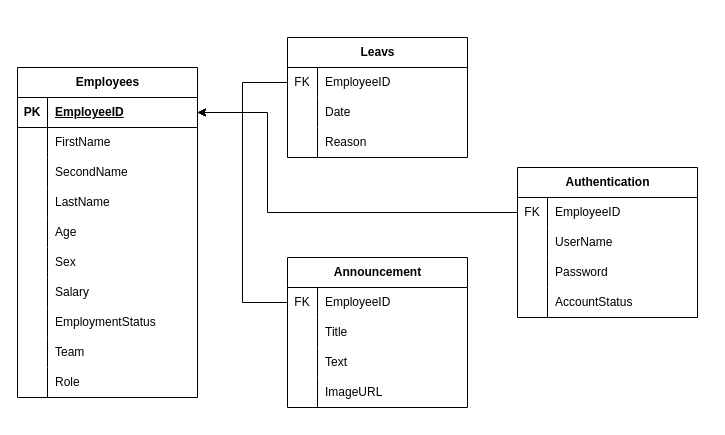
Ermiopia2034/MicroLink keeps this draw.io diagram as Untitled Diagram.drawio. Above is the earlier version. Source tidied: cells renumbered, new cells numbered last; positions are measured from the earlier drawing's top-left corner, leaving out a move shared by most shapes. Both pictures are drawn from the tidied source at 100%, with x=0, y=0 at pixel (17, 37).
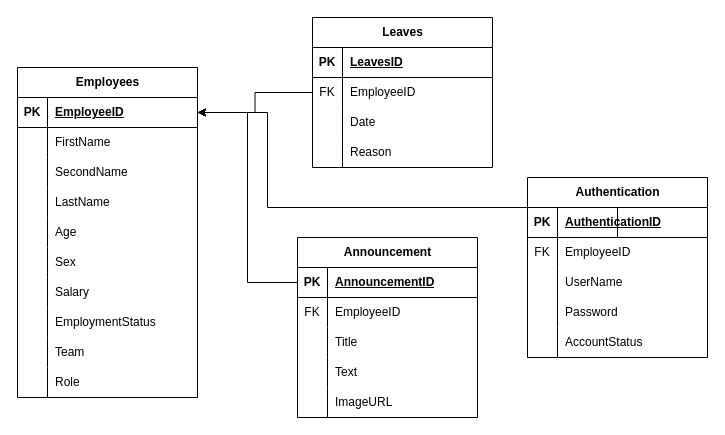
Above is the later version.

Unchanged cells that the change refers to:
```xml
<mxCell id="3" style="shape=tableRow;horizontal=0;startSize=0;swimlaneHead=0;swimlaneBody=0;fillColor=none;points=[[0,0.5],[1,0.5]];portConstraint=eastwest;top=0;left=0;right=0;bottom=1;" parent="2" vertex="1">
  <mxGeometry y="30" width="180" height="30" as="geometry" />
</mxCell>
```

The edit, as a diff of the source:
```diff
@@
-    <mxCell id="33" value="Leavs" style="shape=table;startSize=30;childLayout=tableLayout;rowLines=0;fontStyle=1;align=center;html=1;" parent="1" vertex="1">
-      <mxGeometry x="270" width="180" height="120" as="geometry" />
-    </mxCell>
-    <mxCell id="34" style="shape=tableRow;horizontal=0;startSize=0;swimlaneHead=0;swimlaneBody=0;fillColor=none;points=[[0,0.5],[1,0.5]];portConstraint=eastwest;top=0;left=0;right=0;bottom=0;" parent="33" vertex="1">
-      <mxGeometry y="30" width="180" height="30" as="geometry" />
-    </mxCell>
-    <mxCell id="35" value="FK" style="shape=partialRectangle;fillColor=none;top=0;left=0;bottom=0;right=0;overflow=hidden;whiteSpace=wrap;html=1;" parent="34" vertex="1">
-      <mxGeometry width="30" height="30" as="geometry" />
-    </mxCell>
-    <mxCell id="36" value="EmployeeID" style="shape=partialRectangle;fillColor=none;top=0;left=0;bottom=0;right=0;align=left;spacingLeft=6;overflow=hidden;whiteSpace=wrap;html=1;" parent="34" vertex="1">
-      <mxGeometry x="30" width="150" height="30" as="geometry" />
-    </mxCell>
-    <mxCell id="37" style="shape=tableRow;horizontal=0;startSize=0;swimlaneHead=0;swimlaneBody=0;fillColor=none;top=0;left=0;right=0;bottom=0;" parent="33" vertex="1">
-      <mxGeometry y="60" width="180" height="30" as="geometry" />
-    </mxCell>
-    <mxCell id="38" style="shape=partialRectangle;fillColor=none;top=0;left=0;bottom=0;right=0;overflow=hidden;whiteSpace=wrap;html=1;" parent="37" vertex="1">
-      <mxGeometry width="30" height="30" as="geometry" />
-    </mxCell>
+    <mxCell id="72" value="Leaves" style="shape=table;startSize=30;childLayout=tableLayout;rowLines=0;fontStyle=1;align=center;html=1;" parent="1" vertex="1">
+      <mxGeometry x="295" y="-20" width="180" height="150" as="geometry" />
+    </mxCell>
+    <mxCell id="73" style="shape=tableRow;horizontal=0;startSize=0;swimlaneHead=0;swimlaneBody=0;fillColor=none;top=0;left=0;right=0;bottom=1;" parent="72" vertex="1">
+      <mxGeometry y="30" width="180" height="30" as="geometry" />
+    </mxCell>
+    <mxCell id="74" value="PK" style="shape=partialRectangle;fillColor=none;top=0;left=0;bottom=0;right=0;fontStyle=1;overflow=hidden;whiteSpace=wrap;html=1;" parent="73" vertex="1">
+      <mxGeometry width="30" height="30" as="geometry" />
+    </mxCell>
+    <mxCell id="75" value="LeavesID" style="shape=partialRectangle;fillColor=none;top=0;left=0;bottom=0;right=0;align=left;spacingLeft=6;fontStyle=5;overflow=hidden;whiteSpace=wrap;html=1;" parent="73" vertex="1">
+      <mxGeometry x="30" width="150" height="30" as="geometry" />
+    </mxCell>
+    <mxCell id="76" style="shape=tableRow;horizontal=0;startSize=0;swimlaneHead=0;swimlaneBody=0;fillColor=none;points=[[0,0.5],[1,0.5]];portConstraint=eastwest;top=0;left=0;right=0;bottom=0;" parent="72" vertex="1">
+      <mxGeometry y="60" width="180" height="30" as="geometry" />
+    </mxCell>
+    <mxCell id="77" value="FK" style="shape=partialRectangle;fillColor=none;top=0;left=0;bottom=0;right=0;overflow=hidden;whiteSpace=wrap;html=1;" parent="76" vertex="1">
+      <mxGeometry width="30" height="30" as="geometry" />
+    </mxCell>
+    <mxCell id="78" value="EmployeeID" style="shape=partialRectangle;fillColor=none;top=0;left=0;bottom=0;right=0;align=left;spacingLeft=6;overflow=hidden;whiteSpace=wrap;html=1;" parent="76" vertex="1">
+      <mxGeometry x="30" width="150" height="30" as="geometry" />
+    </mxCell>
+    <mxCell id="79" style="shape=tableRow;horizontal=0;startSize=0;swimlaneHead=0;swimlaneBody=0;fillColor=none;top=0;left=0;right=0;bottom=0;" parent="72" vertex="1">
+      <mxGeometry y="90" width="180" height="30" as="geometry" />
+    </mxCell>
+    <mxCell id="80" style="shape=partialRectangle;fillColor=none;top=0;left=0;bottom=0;right=0;overflow=hidden;whiteSpace=wrap;html=1;" parent="79" vertex="1">
+      <mxGeometry width="30" height="30" as="geometry" />
+    </mxCell>
-    <mxCell id="39" value="Date" style="shape=partialRectangle;fillColor=none;top=0;left=0;bottom=0;right=0;align=left;spacingLeft=6;overflow=hidden;whiteSpace=wrap;html=1;" parent="37" vertex="1">
+    <mxCell id="39" value="Date" style="shape=partialRectangle;fillColor=none;top=0;left=0;bottom=0;right=0;align=left;spacingLeft=6;overflow=hidden;whiteSpace=wrap;html=1;" parent="79" vertex="1">
       <mxGeometry x="30" width="150" height="30" as="geometry" />
     </mxCell>
-    <mxCell id="40" style="shape=tableRow;horizontal=0;startSize=0;swimlaneHead=0;swimlaneBody=0;fillColor=none;top=0;left=0;right=0;bottom=0;" parent="33" vertex="1">
-      <mxGeometry y="90" width="180" height="30" as="geometry" />
-    </mxCell>
-    <mxCell id="41" style="shape=partialRectangle;fillColor=none;top=0;left=0;bottom=0;right=0;overflow=hidden;whiteSpace=wrap;html=1;" parent="40" vertex="1">
-      <mxGeometry width="30" height="30" as="geometry" />
-    </mxCell>
+    <mxCell id="81" style="shape=tableRow;horizontal=0;startSize=0;swimlaneHead=0;swimlaneBody=0;fillColor=none;top=0;left=0;right=0;bottom=0;" parent="72" vertex="1">
+      <mxGeometry y="120" width="180" height="30" as="geometry" />
+    </mxCell>
+    <mxCell id="82" style="shape=partialRectangle;fillColor=none;top=0;left=0;bottom=0;right=0;overflow=hidden;whiteSpace=wrap;html=1;" parent="81" vertex="1">
+      <mxGeometry width="30" height="30" as="geometry" />
+    </mxCell>
-    <mxCell id="42" value="Reason" style="shape=partialRectangle;fillColor=none;top=0;left=0;bottom=0;right=0;align=left;spacingLeft=6;overflow=hidden;whiteSpace=wrap;html=1;" parent="40" vertex="1">
+    <mxCell id="42" value="Reason" style="shape=partialRectangle;fillColor=none;top=0;left=0;bottom=0;right=0;align=left;spacingLeft=6;overflow=hidden;whiteSpace=wrap;html=1;" parent="81" vertex="1">
       <mxGeometry x="30" width="150" height="30" as="geometry" />
     </mxCell>
+    <mxCell id="83" style="edgeStyle=orthogonalEdgeStyle;rounded=0;jettySize=auto;html=1;entryX=1;entryY=0.5;entryDx=0;entryDy=0;" parent="1" edge="1" source="76" target="3">
+      <mxGeometry relative="1" as="geometry" />
+    </mxCell>
     <mxCell id="43" value="Authentication" style="shape=table;startSize=30;childLayout=tableLayout;rowLines=0;fontStyle=1;align=center;html=1;" parent="1" vertex="1">
-      <mxGeometry x="500" y="130" width="180" height="150" as="geometry" />
+      <mxGeometry x="510" y="140" width="180" height="180" as="geometry" />
     </mxCell>
-    <mxCell id="44" style="shape=tableRow;horizontal=0;startSize=0;swimlaneHead=0;swimlaneBody=0;fillColor=none;points=[[0,0.5],[1,0.5]];portConstraint=eastwest;top=0;left=0;right=0;bottom=0;" parent="43" vertex="1">
-      <mxGeometry y="30" width="180" height="30" as="geometry" />
-    </mxCell>
-    <mxCell id="45" value="FK" style="shape=partialRectangle;fillColor=none;top=0;left=0;bottom=0;right=0;overflow=hidden;whiteSpace=wrap;html=1;" parent="44" vertex="1">
-      <mxGeometry width="30" height="30" as="geometry" />
-    </mxCell>
-    <mxCell id="46" value="EmployeeID" style="shape=partialRectangle;fillColor=none;top=0;left=0;bottom=0;right=0;align=left;spacingLeft=6;overflow=hidden;whiteSpace=wrap;html=1;" parent="44" vertex="1">
-      <mxGeometry x="30" width="150" height="30" as="geometry" />
-    </mxCell>
-    <mxCell id="47" style="shape=tableRow;horizontal=0;startSize=0;swimlaneHead=0;swimlaneBody=0;fillColor=none;top=0;left=0;right=0;bottom=0;" parent="43" vertex="1">
-      <mxGeometry y="60" width="180" height="30" as="geometry" />
-    </mxCell>
-    <mxCell id="48" style="shape=partialRectangle;fillColor=none;top=0;left=0;bottom=0;right=0;overflow=hidden;whiteSpace=wrap;html=1;" parent="47" vertex="1">
-      <mxGeometry width="30" height="30" as="geometry" />
-    </mxCell>
+    <mxCell id="84" style="shape=tableRow;horizontal=0;startSize=0;swimlaneHead=0;swimlaneBody=0;fillColor=none;top=0;left=0;right=0;bottom=1;" parent="43" vertex="1">
+      <mxGeometry y="30" width="180" height="30" as="geometry" />
+    </mxCell>
+    <mxCell id="85" value="PK" style="shape=partialRectangle;fillColor=none;top=0;left=0;bottom=0;right=0;fontStyle=1;overflow=hidden;whiteSpace=wrap;html=1;" parent="84" vertex="1">
+      <mxGeometry width="30" height="30" as="geometry" />
+    </mxCell>
+    <mxCell id="86" value="AuthenticationID" style="shape=partialRectangle;fillColor=none;top=0;left=0;bottom=0;right=0;align=left;spacingLeft=6;fontStyle=5;overflow=hidden;whiteSpace=wrap;html=1;" parent="84" vertex="1">
+      <mxGeometry x="30" width="150" height="30" as="geometry" />
+    </mxCell>
+    <mxCell id="87" style="shape=tableRow;horizontal=0;startSize=0;swimlaneHead=0;swimlaneBody=0;fillColor=none;points=[[0,0.5],[1,0.5]];portConstraint=eastwest;top=0;left=0;right=0;bottom=0;" parent="43" vertex="1">
+      <mxGeometry y="60" width="180" height="30" as="geometry" />
+    </mxCell>
+    <mxCell id="88" value="FK" style="shape=partialRectangle;fillColor=none;top=0;left=0;bottom=0;right=0;overflow=hidden;whiteSpace=wrap;html=1;" parent="87" vertex="1">
+      <mxGeometry width="30" height="30" as="geometry" />
+    </mxCell>
+    <mxCell id="89" value="EmployeeID" style="shape=partialRectangle;fillColor=none;top=0;left=0;bottom=0;right=0;align=left;spacingLeft=6;overflow=hidden;whiteSpace=wrap;html=1;" parent="87" vertex="1">
+      <mxGeometry x="30" width="150" height="30" as="geometry" />
+    </mxCell>
+    <mxCell id="90" style="shape=tableRow;horizontal=0;startSize=0;swimlaneHead=0;swimlaneBody=0;fillColor=none;top=0;left=0;right=0;bottom=0;" parent="43" vertex="1">
+      <mxGeometry y="90" width="180" height="30" as="geometry" />
+    </mxCell>
+    <mxCell id="91" style="shape=partialRectangle;fillColor=none;top=0;left=0;bottom=0;right=0;overflow=hidden;whiteSpace=wrap;html=1;" parent="90" vertex="1">
+      <mxGeometry width="30" height="30" as="geometry" />
+    </mxCell>
-    <mxCell id="49" value="UserName" style="shape=partialRectangle;fillColor=none;top=0;left=0;bottom=0;right=0;align=left;spacingLeft=6;overflow=hidden;whiteSpace=wrap;html=1;" parent="47" vertex="1">
+    <mxCell id="49" value="UserName" style="shape=partialRectangle;fillColor=none;top=0;left=0;bottom=0;right=0;align=left;spacingLeft=6;overflow=hidden;whiteSpace=wrap;html=1;" parent="90" vertex="1">
       <mxGeometry x="30" width="150" height="30" as="geometry" />
     </mxCell>
-    <mxCell id="50" style="shape=tableRow;horizontal=0;startSize=0;swimlaneHead=0;swimlaneBody=0;fillColor=none;top=0;left=0;right=0;bottom=0;" parent="43" vertex="1">
-      <mxGeometry y="90" width="180" height="30" as="geometry" />
-    </mxCell>
-    <mxCell id="51" style="shape=partialRectangle;fillColor=none;top=0;left=0;bottom=0;right=0;overflow=hidden;whiteSpace=wrap;html=1;" parent="50" vertex="1">
-      <mxGeometry width="30" height="30" as="geometry" />
-    </mxCell>
+    <mxCell id="92" style="shape=tableRow;horizontal=0;startSize=0;swimlaneHead=0;swimlaneBody=0;fillColor=none;top=0;left=0;right=0;bottom=0;" parent="43" vertex="1">
+      <mxGeometry y="120" width="180" height="30" as="geometry" />
+    </mxCell>
+    <mxCell id="93" style="shape=partialRectangle;fillColor=none;top=0;left=0;bottom=0;right=0;overflow=hidden;whiteSpace=wrap;html=1;" parent="92" vertex="1">
+      <mxGeometry width="30" height="30" as="geometry" />
+    </mxCell>
-    <mxCell id="52" value="Password" style="shape=partialRectangle;fillColor=none;top=0;left=0;bottom=0;right=0;align=left;spacingLeft=6;overflow=hidden;whiteSpace=wrap;html=1;" parent="50" vertex="1">
+    <mxCell id="52" value="Password" style="shape=partialRectangle;fillColor=none;top=0;left=0;bottom=0;right=0;align=left;spacingLeft=6;overflow=hidden;whiteSpace=wrap;html=1;" parent="92" vertex="1">
       <mxGeometry x="30" width="150" height="30" as="geometry" />
     </mxCell>
-    <mxCell id="53" style="shape=tableRow;horizontal=0;startSize=0;swimlaneHead=0;swimlaneBody=0;fillColor=none;top=0;left=0;right=0;bottom=0;" parent="43" vertex="1">
-      <mxGeometry y="120" width="180" height="30" as="geometry" />
-    </mxCell>
-    <mxCell id="54" style="shape=partialRectangle;fillColor=none;top=0;left=0;bottom=0;right=0;overflow=hidden;whiteSpace=wrap;html=1;" parent="53" vertex="1">
-      <mxGeometry width="30" height="30" as="geometry" />
-    </mxCell>
+    <mxCell id="94" style="shape=tableRow;horizontal=0;startSize=0;swimlaneHead=0;swimlaneBody=0;fillColor=none;top=0;left=0;right=0;bottom=0;" parent="43" vertex="1">
+      <mxGeometry y="150" width="180" height="30" as="geometry" />
+    </mxCell>
+    <mxCell id="95" style="shape=partialRectangle;fillColor=none;top=0;left=0;bottom=0;right=0;overflow=hidden;whiteSpace=wrap;html=1;" parent="94" vertex="1">
+      <mxGeometry width="30" height="30" as="geometry" />
+    </mxCell>
-    <mxCell id="55" value="AccountStatus" style="shape=partialRectangle;fillColor=none;top=0;left=0;bottom=0;right=0;align=left;spacingLeft=6;overflow=hidden;whiteSpace=wrap;html=1;" parent="53" vertex="1">
+    <mxCell id="55" value="AccountStatus" style="shape=partialRectangle;fillColor=none;top=0;left=0;bottom=0;right=0;align=left;spacingLeft=6;overflow=hidden;whiteSpace=wrap;html=1;" parent="94" vertex="1">
       <mxGeometry x="30" width="150" height="30" as="geometry" />
     </mxCell>
+    <mxCell id="96" style="edgeStyle=orthogonalEdgeStyle;rounded=0;jettySize=auto;html=1;entryX=1;entryY=0.5;entryDx=0;entryDy=0;" parent="1" edge="1" source="87" target="3">
+      <mxGeometry relative="1" as="geometry">
+        <Array as="points">
+          <mxPoint x="600" y="170" />
+          <mxPoint x="250" y="170" />
+          <mxPoint x="250" y="75" />
+        </Array>
+      </mxGeometry>
+    </mxCell>
     <mxCell id="56" value="Announcement" style="shape=table;startSize=30;childLayout=tableLayout;rowLines=0;fontStyle=1;align=center;html=1;" parent="1" vertex="1">
-      <mxGeometry x="270" y="220" width="180" height="150" as="geometry" />
+      <mxGeometry x="280" y="200" width="180" height="180" as="geometry" />
     </mxCell>
-    <mxCell id="57" style="shape=tableRow;horizontal=0;startSize=0;swimlaneHead=0;swimlaneBody=0;fillColor=none;points=[[0,0.5],[1,0.5]];portConstraint=eastwest;top=0;left=0;right=0;bottom=0;" parent="56" vertex="1">
-      <mxGeometry y="30" width="180" height="30" as="geometry" />
-    </mxCell>
-    <mxCell id="58" value="FK" style="shape=partialRectangle;fillColor=none;top=0;left=0;bottom=0;right=0;overflow=hidden;whiteSpace=wrap;html=1;" parent="57" vertex="1">
-      <mxGeometry width="30" height="30" as="geometry" />
-    </mxCell>
-    <mxCell id="59" value="EmployeeID" style="shape=partialRectangle;fillColor=none;top=0;left=0;bottom=0;right=0;align=left;spacingLeft=6;overflow=hidden;whiteSpace=wrap;html=1;" parent="57" vertex="1">
-      <mxGeometry x="30" width="150" height="30" as="geometry" />
-    </mxCell>
-    <mxCell id="60" style="shape=tableRow;horizontal=0;startSize=0;swimlaneHead=0;swimlaneBody=0;fillColor=none;top=0;left=0;right=0;bottom=0;" parent="56" vertex="1">
-      <mxGeometry y="60" width="180" height="30" as="geometry" />
-    </mxCell>
-    <mxCell id="61" style="shape=partialRectangle;fillColor=none;top=0;left=0;bottom=0;right=0;overflow=hidden;whiteSpace=wrap;html=1;" parent="60" vertex="1">
-      <mxGeometry width="30" height="30" as="geometry" />
-    </mxCell>
+    <mxCell id="97" style="shape=tableRow;horizontal=0;startSize=0;swimlaneHead=0;swimlaneBody=0;fillColor=none;points=[[0,0.5],[1,0.5]];portConstraint=eastwest;top=0;left=0;right=0;bottom=1;" parent="56" vertex="1">
+      <mxGeometry y="30" width="180" height="30" as="geometry" />
+    </mxCell>
+    <mxCell id="98" value="PK" style="shape=partialRectangle;fillColor=none;top=0;left=0;bottom=0;right=0;fontStyle=1;overflow=hidden;whiteSpace=wrap;html=1;" parent="97" vertex="1">
+      <mxGeometry width="30" height="30" as="geometry" />
+    </mxCell>
+    <mxCell id="99" value="AnnouncementID" style="shape=partialRectangle;fillColor=none;top=0;left=0;bottom=0;right=0;align=left;spacingLeft=6;fontStyle=5;overflow=hidden;whiteSpace=wrap;html=1;" parent="97" vertex="1">
+      <mxGeometry x="30" width="150" height="30" as="geometry" />
+    </mxCell>
+    <mxCell id="100" style="shape=tableRow;horizontal=0;startSize=0;swimlaneHead=0;swimlaneBody=0;fillColor=none;top=0;left=0;right=0;bottom=0;" parent="56" vertex="1">
+      <mxGeometry y="60" width="180" height="30" as="geometry" />
+    </mxCell>
+    <mxCell id="101" value="FK" style="shape=partialRectangle;fillColor=none;top=0;left=0;bottom=0;right=0;overflow=hidden;whiteSpace=wrap;html=1;" parent="100" vertex="1">
+      <mxGeometry width="30" height="30" as="geometry" />
+    </mxCell>
+    <mxCell id="102" value="EmployeeID" style="shape=partialRectangle;fillColor=none;top=0;left=0;bottom=0;right=0;align=left;spacingLeft=6;overflow=hidden;whiteSpace=wrap;html=1;" parent="100" vertex="1">
+      <mxGeometry x="30" width="150" height="30" as="geometry" />
+    </mxCell>
+    <mxCell id="103" style="shape=tableRow;horizontal=0;startSize=0;swimlaneHead=0;swimlaneBody=0;fillColor=none;top=0;left=0;right=0;bottom=0;" parent="56" vertex="1">
+      <mxGeometry y="90" width="180" height="30" as="geometry" />
+    </mxCell>
+    <mxCell id="104" style="shape=partialRectangle;fillColor=none;top=0;left=0;bottom=0;right=0;overflow=hidden;whiteSpace=wrap;html=1;" parent="103" vertex="1">
+      <mxGeometry width="30" height="30" as="geometry" />
+    </mxCell>
-    <mxCell id="62" value="Title" style="shape=partialRectangle;fillColor=none;top=0;left=0;bottom=0;right=0;align=left;spacingLeft=6;overflow=hidden;whiteSpace=wrap;html=1;" parent="60" vertex="1">
+    <mxCell id="62" value="Title" style="shape=partialRectangle;fillColor=none;top=0;left=0;bottom=0;right=0;align=left;spacingLeft=6;overflow=hidden;whiteSpace=wrap;html=1;" parent="103" vertex="1">
       <mxGeometry x="30" width="150" height="30" as="geometry" />
     </mxCell>
-    <mxCell id="63" style="shape=tableRow;horizontal=0;startSize=0;swimlaneHead=0;swimlaneBody=0;fillColor=none;top=0;left=0;right=0;bottom=0;" parent="56" vertex="1">
-      <mxGeometry y="90" width="180" height="30" as="geometry" />
-    </mxCell>
-    <mxCell id="64" style="shape=partialRectangle;fillColor=none;top=0;left=0;bottom=0;right=0;overflow=hidden;whiteSpace=wrap;html=1;" parent="63" vertex="1">
-      <mxGeometry width="30" height="30" as="geometry" />
-    </mxCell>
+    <mxCell id="105" style="shape=tableRow;horizontal=0;startSize=0;swimlaneHead=0;swimlaneBody=0;fillColor=none;top=0;left=0;right=0;bottom=0;" parent="56" vertex="1">
+      <mxGeometry y="120" width="180" height="30" as="geometry" />
+    </mxCell>
+    <mxCell id="106" style="shape=partialRectangle;fillColor=none;top=0;left=0;bottom=0;right=0;overflow=hidden;whiteSpace=wrap;html=1;" parent="105" vertex="1">
+      <mxGeometry width="30" height="30" as="geometry" />
+    </mxCell>
-    <mxCell id="65" value="Text" style="shape=partialRectangle;fillColor=none;top=0;left=0;bottom=0;right=0;align=left;spacingLeft=6;overflow=hidden;whiteSpace=wrap;html=1;" parent="63" vertex="1">
+    <mxCell id="65" value="Text" style="shape=partialRectangle;fillColor=none;top=0;left=0;bottom=0;right=0;align=left;spacingLeft=6;overflow=hidden;whiteSpace=wrap;html=1;" parent="105" vertex="1">
       <mxGeometry x="30" width="150" height="30" as="geometry" />
     </mxCell>
-    <mxCell id="66" style="shape=tableRow;horizontal=0;startSize=0;swimlaneHead=0;swimlaneBody=0;fillColor=none;top=0;left=0;right=0;bottom=0;" parent="56" vertex="1">
-      <mxGeometry y="120" width="180" height="30" as="geometry" />
-    </mxCell>
-    <mxCell id="67" style="shape=partialRectangle;fillColor=none;top=0;left=0;bottom=0;right=0;overflow=hidden;whiteSpace=wrap;html=1;" parent="66" vertex="1">
-      <mxGeometry width="30" height="30" as="geometry" />
-    </mxCell>
+    <mxCell id="107" style="shape=tableRow;horizontal=0;startSize=0;swimlaneHead=0;swimlaneBody=0;fillColor=none;top=0;left=0;right=0;bottom=0;" parent="56" vertex="1">
+      <mxGeometry y="150" width="180" height="30" as="geometry" />
+    </mxCell>
+    <mxCell id="108" style="shape=partialRectangle;fillColor=none;top=0;left=0;bottom=0;right=0;overflow=hidden;whiteSpace=wrap;html=1;" parent="107" vertex="1">
+      <mxGeometry width="30" height="30" as="geometry" />
+    </mxCell>
-    <mxCell id="68" value="ImageURL" style="shape=partialRectangle;fillColor=none;top=0;left=0;bottom=0;right=0;align=left;spacingLeft=6;overflow=hidden;whiteSpace=wrap;html=1;" parent="66" vertex="1">
+    <mxCell id="68" value="ImageURL" style="shape=partialRectangle;fillColor=none;top=0;left=0;bottom=0;right=0;align=left;spacingLeft=6;overflow=hidden;whiteSpace=wrap;html=1;" parent="107" vertex="1">
       <mxGeometry x="30" width="150" height="30" as="geometry" />
     </mxCell>
-    <mxCell id="69" style="edgeStyle=orthogonalEdgeStyle;rounded=0;jettySize=auto;html=1;entryX=1;entryY=0.5;entryDx=0;entryDy=0;" parent="1" edge="1" source="34" target="3">
-      <mxGeometry relative="1" as="geometry" />
-    </mxCell>
-    <mxCell id="70" style="edgeStyle=orthogonalEdgeStyle;rounded=0;jettySize=auto;html=1;entryX=1;entryY=0.5;entryDx=0;entryDy=0;" parent="1" edge="1" source="44" target="3">
-      <mxGeometry relative="1" as="geometry">
-        <Array as="points">
-          <mxPoint x="250" y="175" />
-          <mxPoint x="250" y="75" />
-        </Array>
-      </mxGeometry>
-    </mxCell>
-    <mxCell id="71" style="edgeStyle=orthogonalEdgeStyle;rounded=0;jettySize=auto;html=1;entryX=1;entryY=0.5;entryDx=0;entryDy=0;" parent="1" edge="1" source="57" target="3">
-      <mxGeometry relative="1" as="geometry" />
-    </mxCell>
+    <mxCell id="109" style="edgeStyle=orthogonalEdgeStyle;rounded=0;jettySize=auto;html=1;entryX=1;entryY=0.5;entryDx=0;entryDy=0;" parent="1" edge="1" source="97" target="3">
+      <mxGeometry relative="1" as="geometry" />
+    </mxCell>
```
